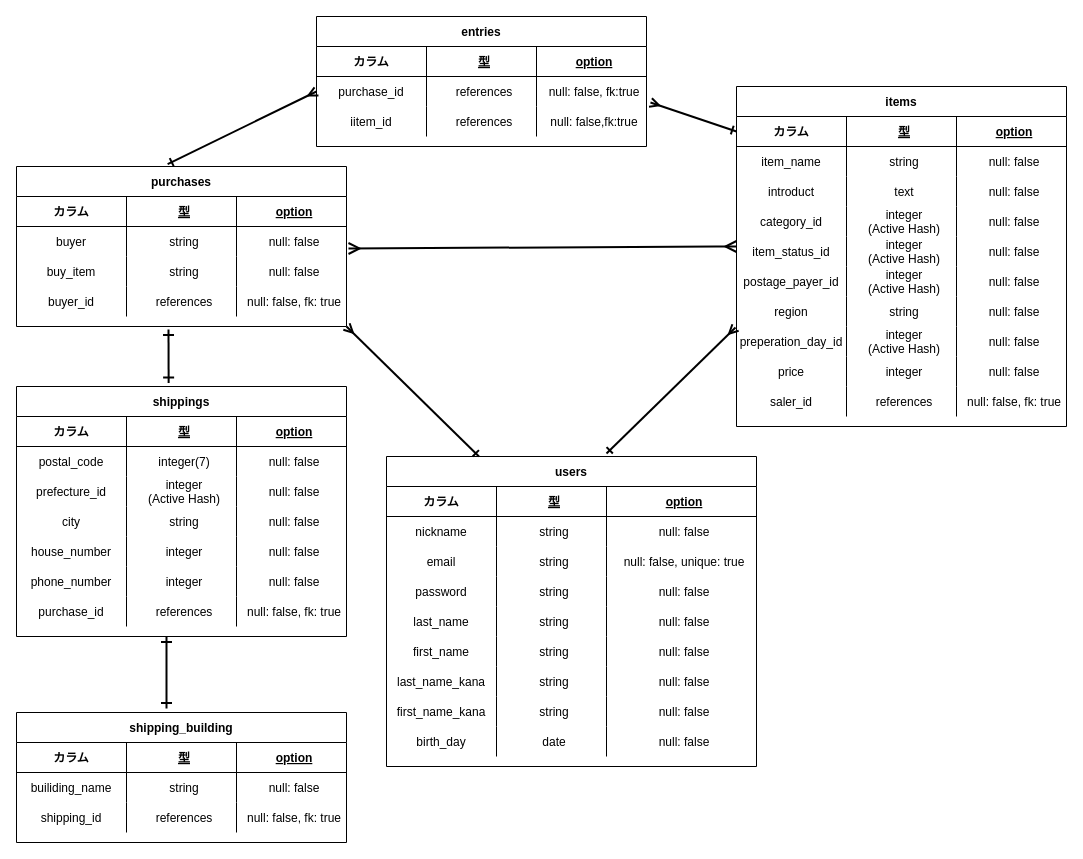
The draw.io diagram ER.dio in hi-roto/furima-32883, before the edit. Source tidied: cells renumbered, new cells numbered last; positions are measured from the earlier drawing's top-left corner, leaving out a move shared by most shapes. Both pictures are drawn from the tidied source at 100%, with x=0, y=0 at pixel (16, 16).
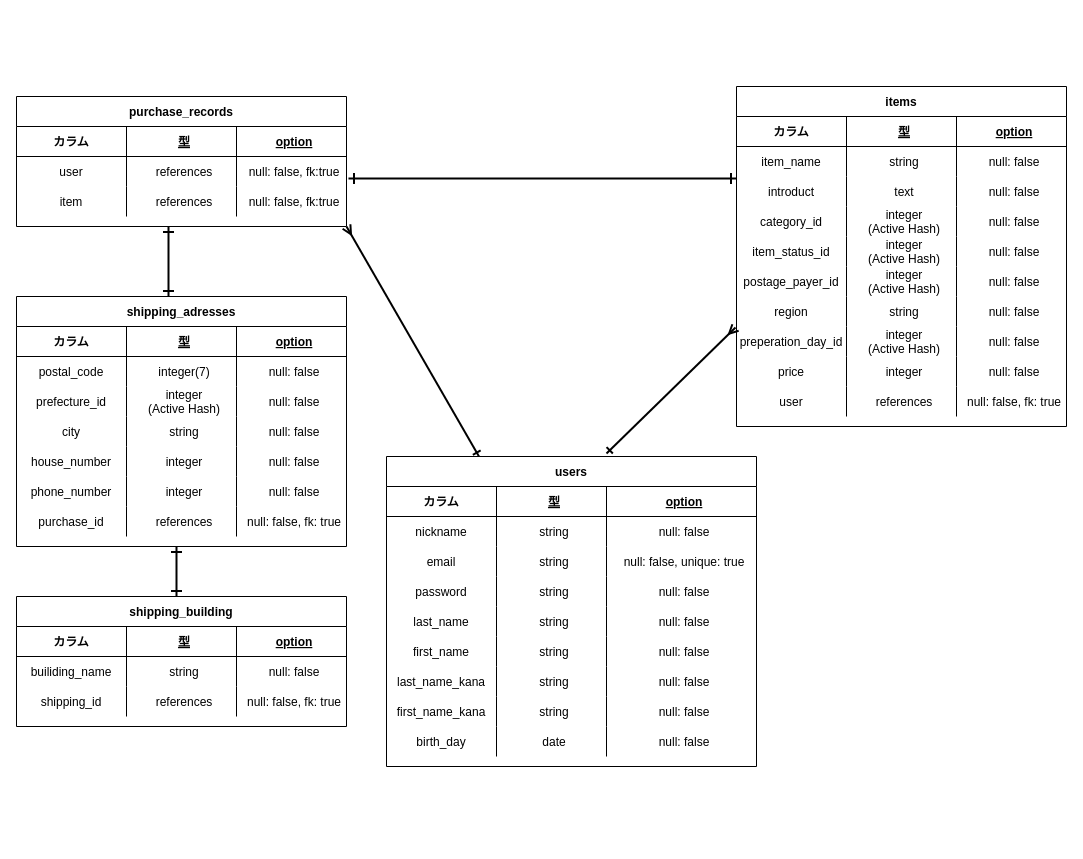
The same page after the edit.

Commit message (it also covers changes not shown here):
entriesテーブルとpurchasesテーブルの統合

１entriesテーブルとpurchasesテーブルの統合
２アソシエーションの変更
３purchasesテーブルをpurchase_recordsに名称変更
４shippingテーブルをshipping_adressesに名称変更

Unchanged cells that the change refers to:
```xml
<mxCell id="40" style="shape=partialRectangle;fillColor=none;top=0;left=0;bottom=1;right=0;points=[[0,0.5],[1,0.5]];portConstraint=eastwest;" parent="39" vertex="1">
  <mxGeometry y="30" width="330" height="30" as="geometry" />
</mxCell>
<mxCell id="44" style="shape=partialRectangle;fillColor=none;top=0;left=0;bottom=0;right=0;points=[[0,0.5],[1,0.5]];portConstraint=eastwest;" parent="39" vertex="1">
  <mxGeometry y="60" width="330" height="30" as="geometry" />
</mxCell>
<mxCell id="76" style="shape=partialRectangle;fillColor=none;top=0;left=0;bottom=0;right=0;" parent="39" vertex="1">
  <mxGeometry y="300" width="330" height="30" as="geometry" />
</mxCell>
<mxCell id="85" style="shape=partialRectangle;fillColor=none;top=0;left=0;bottom=0;right=0;points=[[0,0.5],[1,0.5]];portConstraint=eastwest;" parent="80" vertex="1">
  <mxGeometry y="60" width="330" height="30" as="geometry" />
</mxCell>
<mxCell id="89" style="shape=partialRectangle;fillColor=none;top=0;left=0;bottom=0;right=0;" parent="80" vertex="1">
  <mxGeometry y="90" width="330" height="30" as="geometry" />
</mxCell>
```

What changed in the source:
```diff
@@
-    <mxCell id="77" value="saler_id" style="shape=partialRectangle;fillColor=none;top=0;left=0;bottom=0;right=0;overflow=hidden;" parent="76" vertex="1">
+    <mxCell id="77" value="user" style="shape=partialRectangle;fillColor=none;top=0;left=0;bottom=0;right=0;overflow=hidden;" parent="76" vertex="1">
       <mxGeometry width="110" height="30" as="geometry" />
     </mxCell>
@@
-    <mxCell id="80" value="purchases" style="shape=table;startSize=30;childLayout=tableLayout;rowLines=0;fontStyle=1;align=center;" parent="1" vertex="1">
-      <mxGeometry y="150" width="330" height="160" as="geometry" />
+    <mxCell id="80" value="purchase_records" style="shape=table;startSize=30;childLayout=tableLayout;rowLines=0;fontStyle=1;align=center;" parent="1" vertex="1">
+      <mxGeometry y="80" width="330" height="130" as="geometry" />
     </mxCell>
@@
-    <mxCell id="86" value="buyer" style="shape=partialRectangle;fillColor=none;top=0;left=0;bottom=0;right=0;overflow=hidden;" parent="85" vertex="1">
+    <mxCell id="86" value="user" style="shape=partialRectangle;fillColor=none;top=0;left=0;bottom=0;right=0;overflow=hidden;" parent="85" vertex="1">
       <mxGeometry width="110" height="30" as="geometry" />
     </mxCell>
-    <mxCell id="87" value="string" style="shape=partialRectangle;fillColor=none;top=0;left=0;bottom=0;right=0;align=center;spacingLeft=6;overflow=hidden;" parent="85" vertex="1">
+    <mxCell id="87" value="references" style="shape=partialRectangle;fillColor=none;top=0;left=0;bottom=0;right=0;align=center;spacingLeft=6;overflow=hidden;" parent="85" vertex="1">
       <mxGeometry x="110" width="110" height="30" as="geometry" />
     </mxCell>
-    <mxCell id="88" value="null: false" style="shape=partialRectangle;fillColor=none;top=0;left=0;bottom=0;right=0;align=center;spacingLeft=6;overflow=hidden;" parent="85" vertex="1">
+    <mxCell id="88" value="null: false, fk:true" style="shape=partialRectangle;fillColor=none;top=0;left=0;bottom=0;right=0;align=center;spacingLeft=6;overflow=hidden;" parent="85" vertex="1">
       <mxGeometry x="220" width="110" height="30" as="geometry" />
     </mxCell>
@@
-    <mxCell id="90" value="buy_item" style="shape=partialRectangle;fillColor=none;top=0;left=0;bottom=0;right=0;overflow=hidden;" parent="89" vertex="1">
+    <mxCell id="90" value="item" style="shape=partialRectangle;fillColor=none;top=0;left=0;bottom=0;right=0;overflow=hidden;" parent="89" vertex="1">
       <mxGeometry width="110" height="30" as="geometry" />
     </mxCell>
-    <mxCell id="91" value="string" style="shape=partialRectangle;fillColor=none;top=0;left=0;bottom=0;right=0;align=center;spacingLeft=6;overflow=hidden;" parent="89" vertex="1">
+    <mxCell id="91" value="references" style="shape=partialRectangle;fillColor=none;top=0;left=0;bottom=0;right=0;align=center;spacingLeft=6;overflow=hidden;" parent="89" vertex="1">
       <mxGeometry x="110" width="110" height="30" as="geometry" />
     </mxCell>
-    <mxCell id="92" value="null: false" style="shape=partialRectangle;fillColor=none;top=0;left=0;bottom=0;right=0;align=center;spacingLeft=6;overflow=hidden;" parent="89" vertex="1">
+    <mxCell id="92" value="null: false, fk:true" style="shape=partialRectangle;fillColor=none;top=0;left=0;bottom=0;right=0;align=center;spacingLeft=6;overflow=hidden;" parent="89" vertex="1">
       <mxGeometry x="220" width="110" height="30" as="geometry" />
     </mxCell>
-    <mxCell id="93" style="shape=partialRectangle;fillColor=none;top=0;left=0;bottom=0;right=0;" parent="80" vertex="1">
-      <mxGeometry y="120" width="330" height="30" as="geometry" />
-    </mxCell>
-    <mxCell id="94" value="buyer_id" style="shape=partialRectangle;fillColor=none;top=0;left=0;bottom=0;right=0;overflow=hidden;" parent="93" vertex="1">
-      <mxGeometry width="110" height="30" as="geometry" />
-    </mxCell>
-    <mxCell id="95" value="references" style="shape=partialRectangle;fillColor=none;top=0;left=0;bottom=0;right=0;align=center;spacingLeft=6;overflow=hidden;" parent="93" vertex="1">
-      <mxGeometry x="110" width="110" height="30" as="geometry" />
-    </mxCell>
-    <mxCell id="96" value="null: false, fk: true" style="shape=partialRectangle;fillColor=none;top=0;left=0;bottom=0;right=0;align=center;spacingLeft=6;overflow=hidden;" parent="93" vertex="1">
-      <mxGeometry x="220" width="110" height="30" as="geometry" />
-    </mxCell>
-    <mxCell id="97" value="shippings" style="shape=table;startSize=30;childLayout=tableLayout;rowLines=0;fontStyle=1;align=center;" parent="1" vertex="1">
-      <mxGeometry y="370" width="330" height="250" as="geometry" />
+    <mxCell id="97" value="shipping_adresses" style="shape=table;startSize=30;childLayout=tableLayout;rowLines=0;fontStyle=1;align=center;" parent="1" vertex="1">
+      <mxGeometry y="280" width="330" height="250" as="geometry" />
     </mxCell>
@@
-    <mxCell id="126" style="endArrow=ERone;html=1;rounded=0;endFill=0;startArrow=ERone;startFill=0;strokeWidth=2;endSize=8;startSize=8;entryX=0.461;entryY=-0.014;entryDx=0;entryDy=0;entryPerimeter=0;" parent="1" edge="1" target="97">
+    <mxCell id="126" style="endArrow=ERone;html=1;rounded=0;endFill=0;startArrow=ERone;startFill=0;strokeWidth=2;endSize=8;startSize=8;" parent="1" edge="1">
       <mxGeometry relative="1" as="geometry">
-        <mxPoint x="152" y="313" as="sourcePoint" />
+        <mxPoint x="152" y="210" as="sourcePoint" />
+        <mxPoint x="152" y="280" as="targetPoint" />
       </mxGeometry>
     </mxCell>
-    <mxCell id="127" style="endArrow=ERmany;html=1;rounded=0;startArrow=ERmany;startFill=0;endFill=0;strokeWidth=2;endSize=8;startSize=8;exitX=1.006;exitY=0.733;exitDx=0;exitDy=0;exitPerimeter=0;" parent="1" edge="1" source="85">
+    <mxCell id="127" style="endArrow=ERone;html=1;rounded=0;startArrow=ERone;startFill=0;endFill=0;strokeWidth=2;endSize=8;startSize=8;exitX=1.006;exitY=0.733;exitDx=0;exitDy=0;exitPerimeter=0;entryX=0;entryY=1.067;entryDx=0;entryDy=0;entryPerimeter=0;" parent="1" edge="1" source="85" target="44">
       <mxGeometry relative="1" as="geometry">
-        <mxPoint x="720" y="230" as="targetPoint" />
         <Array as="points">
-          <mxPoint x="700" y="230" />
+          <mxPoint x="670" y="162" />
         </Array>
       </mxGeometry>
     </mxCell>
-    <mxCell id="128" value="entries" style="shape=table;startSize=30;childLayout=tableLayout;rowLines=0;fontStyle=1;align=center;" parent="1" vertex="1">
-      <mxGeometry x="300" width="330" height="130" as="geometry" />
-    </mxCell>
-    <mxCell id="129" style="shape=partialRectangle;fillColor=none;top=0;left=0;bottom=1;right=0;" parent="128" vertex="1">
-      <mxGeometry y="30" width="330" height="30" as="geometry" />
-    </mxCell>
-    <mxCell id="130" value="カラム" style="shape=partialRectangle;fillColor=none;top=0;left=0;bottom=0;right=0;fontStyle=1;overflow=hidden;" parent="129" vertex="1">
-      <mxGeometry width="110" height="30" as="geometry" />
-    </mxCell>
-    <mxCell id="131" value="型" style="shape=partialRectangle;fillColor=none;top=0;left=0;bottom=0;right=0;align=center;spacingLeft=6;fontStyle=5;overflow=hidden;" parent="129" vertex="1">
-      <mxGeometry x="110" width="110" height="30" as="geometry" />
-    </mxCell>
-    <mxCell id="132" value="option" style="shape=partialRectangle;fillColor=none;top=0;left=0;bottom=0;right=0;align=center;spacingLeft=6;fontStyle=5;overflow=hidden;" parent="129" vertex="1">
-      <mxGeometry x="220" width="110" height="30" as="geometry" />
-    </mxCell>
-    <mxCell id="133" style="shape=partialRectangle;fillColor=none;top=0;left=0;bottom=0;right=0;points=[[0,0.5],[1,0.5]];portConstraint=eastwest;" parent="128" vertex="1">
-      <mxGeometry y="60" width="330" height="30" as="geometry" />
-    </mxCell>
-    <mxCell id="134" value="purchase_id" style="shape=partialRectangle;fillColor=none;top=0;left=0;bottom=0;right=0;overflow=hidden;" parent="133" vertex="1">
-      <mxGeometry width="110" height="30" as="geometry" />
-    </mxCell>
-    <mxCell id="135" value="references" style="shape=partialRectangle;fillColor=none;top=0;left=0;bottom=0;right=0;align=center;spacingLeft=6;overflow=hidden;" parent="133" vertex="1">
-      <mxGeometry x="110" width="110" height="30" as="geometry" />
-    </mxCell>
-    <mxCell id="136" value="null: false, fk:true" style="shape=partialRectangle;fillColor=none;top=0;left=0;bottom=0;right=0;align=center;spacingLeft=6;overflow=hidden;" parent="133" vertex="1">
-      <mxGeometry x="220" width="110" height="30" as="geometry" />
-    </mxCell>
-    <mxCell id="137" style="shape=partialRectangle;fillColor=none;top=0;left=0;bottom=0;right=0;" parent="128" vertex="1">
-      <mxGeometry y="90" width="330" height="30" as="geometry" />
-    </mxCell>
-    <mxCell id="138" value="iitem_id" style="shape=partialRectangle;fillColor=none;top=0;left=0;bottom=0;right=0;overflow=hidden;" parent="137" vertex="1">
-      <mxGeometry width="110" height="30" as="geometry" />
-    </mxCell>
-    <mxCell id="139" value="references" style="shape=partialRectangle;fillColor=none;top=0;left=0;bottom=0;right=0;align=center;spacingLeft=6;overflow=hidden;" parent="137" vertex="1">
-      <mxGeometry x="110" width="110" height="30" as="geometry" />
-    </mxCell>
-    <mxCell id="140" value="null: false,fk:true" style="shape=partialRectangle;fillColor=none;top=0;left=0;bottom=0;right=0;align=center;spacingLeft=6;overflow=hidden;" parent="137" vertex="1">
-      <mxGeometry x="220" width="110" height="30" as="geometry" />
-    </mxCell>
@@
-    <mxCell id="143" style="endArrow=ERone;html=1;rounded=0;strokeWidth=2;exitX=0;exitY=0.5;exitDx=0;exitDy=0;entryX=0.458;entryY=-0.015;entryDx=0;entryDy=0;entryPerimeter=0;endFill=0;startArrow=ERmany;startFill=0;" parent="1" edge="1" source="133" target="80">
-      <mxGeometry relative="1" as="geometry" />
-    </mxCell>
-    <mxCell id="144" style="endArrow=ERmany;html=1;rounded=0;strokeWidth=2;exitX=0;exitY=0.5;exitDx=0;exitDy=0;entryX=1.012;entryY=0.867;entryDx=0;entryDy=0;entryPerimeter=0;endFill=0;startArrow=ERone;startFill=0;" parent="1" edge="1" source="40" target="133">
-      <mxGeometry relative="1" as="geometry" />
-    </mxCell>
     <mxCell id="145" value="shipping_building" style="shape=table;startSize=30;childLayout=tableLayout;rowLines=0;fontStyle=1;align=center;" parent="1" vertex="1">
-      <mxGeometry y="696" width="330" height="130" as="geometry" />
+      <mxGeometry y="580" width="330" height="130" as="geometry" />
     </mxCell>
@@
     <mxCell id="158" style="endArrow=ERone;html=1;rounded=0;endFill=0;startArrow=ERone;startFill=0;strokeWidth=2;endSize=8;startSize=8;" parent="1" edge="1">
       <mxGeometry relative="1" as="geometry">
-        <mxPoint x="150" y="620" as="sourcePoint" />
-        <mxPoint x="150" y="692" as="targetPoint" />
+        <mxPoint x="160" y="530" as="sourcePoint" />
+        <mxPoint x="160" y="580" as="targetPoint" />
       </mxGeometry>
     </mxCell>
```
